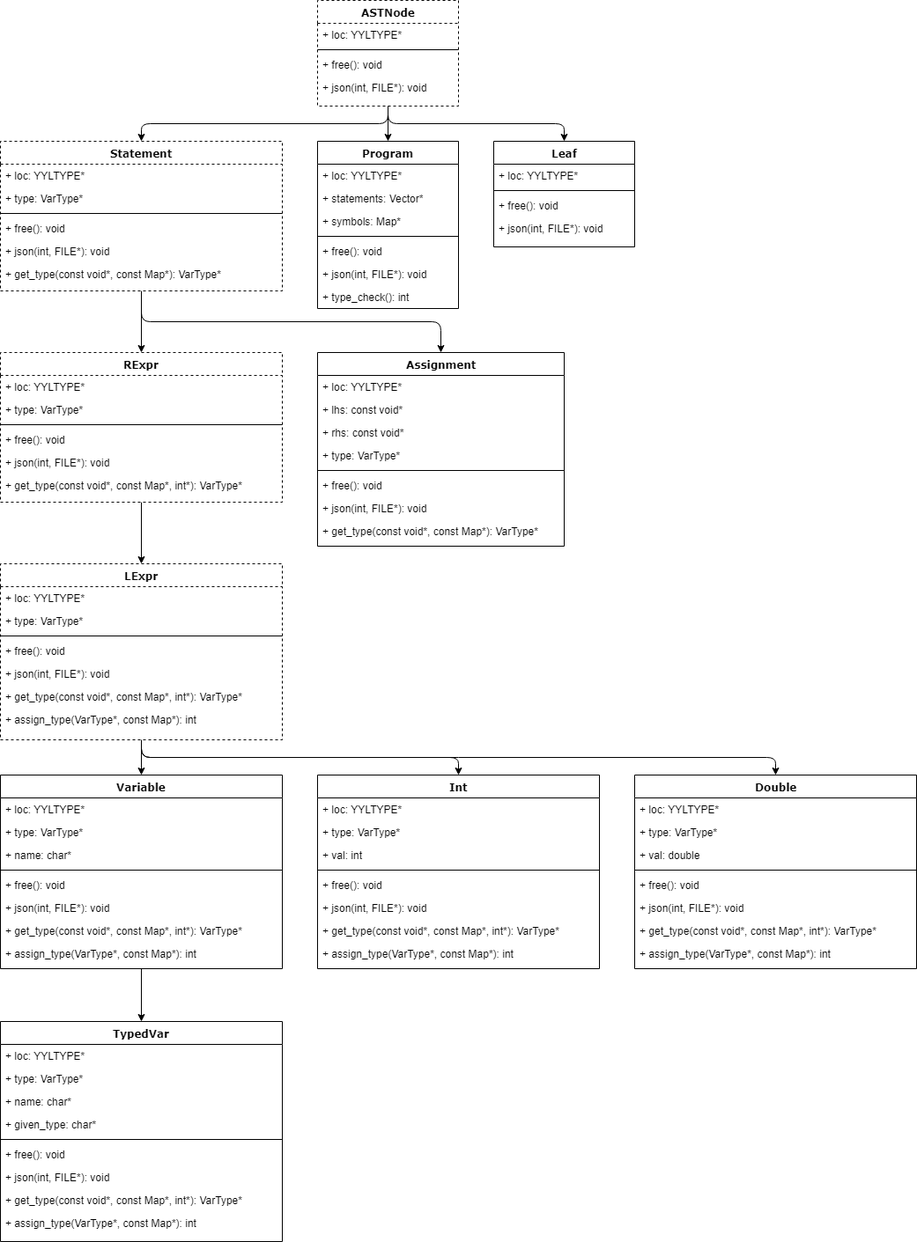
This is doc/ASTHierarchy.png from taylor-santos/Tlang, a draw.io export, as it was before one commit. Source tidied: cells renumbered, new cells last; positions are measured from the earlier drawing's top-left corner, leaving out a move shared by most shapes.
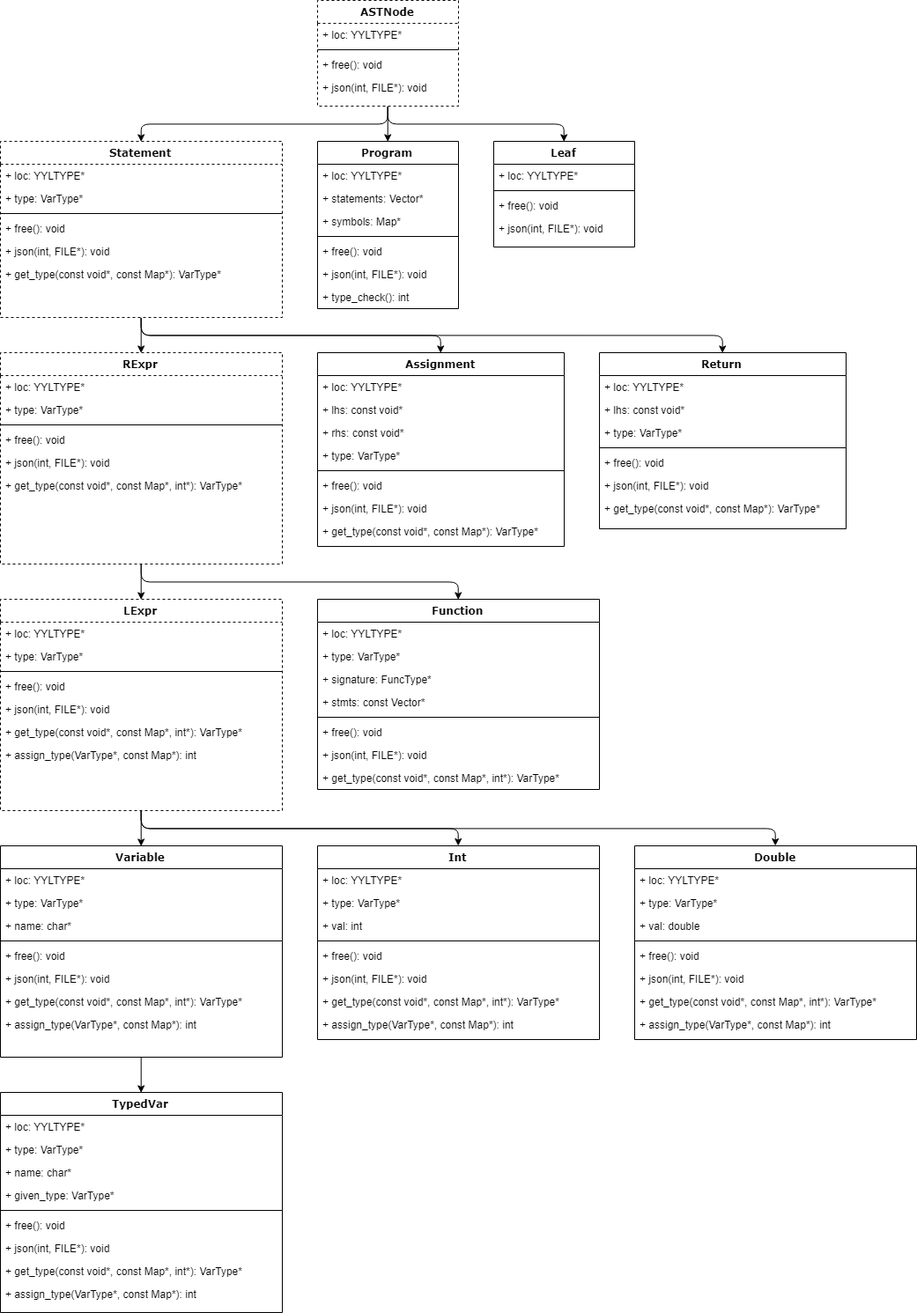
Above is the later version.

What changed in the source:
```diff
@@ -32,8 +32,11 @@
     <mxCell id="11" style="edgeStyle=orthogonalEdgeStyle;rounded=1;jettySize=auto;html=1;exitX=0.5;exitY=1;exitDx=0;exitDy=0;entryX=0.5;entryY=0;entryDx=0;entryDy=0;" parent="1" edge="1" source="12" target="19">
       <mxGeometry relative="1" as="geometry" />
     </mxCell>
+    <mxCell id="98" style="edgeStyle=orthogonalEdgeStyle;rounded=1;jettySize=auto;html=1;exitX=0.5;exitY=1;exitDx=0;exitDy=0;entryX=0.5;entryY=0;entryDx=0;entryDy=0;" parent="1" edge="1" source="12" target="100">
+      <mxGeometry relative="1" as="geometry" />
+    </mxCell>
     <mxCell id="12" value="Statement" style="swimlane;html=1;fontStyle=1;align=center;verticalAlign=top;horizontal=1;startSize=26;swimlaneFillColor=#ffffff;rounded=0;shadow=0;comic=0;labelBackgroundColor=none;strokeColor=#000000;strokeWidth=1;fillColor=none;fontFamily=Verdana;fontSize=12;fontColor=#000000;dashed=1;" parent="1" vertex="1">
-      <mxGeometry y="160" width="320" height="170" as="geometry" />
+      <mxGeometry y="160" width="320" height="200" as="geometry" />
     </mxCell>
     <mxCell id="13" value="+ loc: YYLTYPE*" style="text;html=1;strokeColor=none;fillColor=none;align=left;verticalAlign=top;spacingLeft=4;spacingRight=4;whiteSpace=wrap;overflow=hidden;" parent="12" vertex="1">
       <mxGeometry y="26" width="320" height="26" as="geometry" />
@@ -122,8 +125,11 @@
     <mxCell id="41" style="edgeStyle=orthogonalEdgeStyle;rounded=1;jettySize=auto;html=1;exitX=0.5;exitY=1;exitDx=0;exitDy=0;entryX=0.5;entryY=0;entryDx=0;entryDy=0;" parent="1" edge="1" source="42" target="52">
       <mxGeometry relative="1" as="geometry" />
     </mxCell>
+    <mxCell id="99" style="edgeStyle=orthogonalEdgeStyle;rounded=1;jettySize=auto;html=1;exitX=0.5;exitY=1;exitDx=0;exitDy=0;entryX=0.5;entryY=0;entryDx=0;entryDy=0;" parent="1" edge="1" source="42" target="108">
+      <mxGeometry relative="1" as="geometry" />
+    </mxCell>
     <mxCell id="42" value="RExpr" style="swimlane;html=1;fontStyle=1;align=center;verticalAlign=top;horizontal=1;startSize=26;swimlaneFillColor=#ffffff;rounded=0;shadow=0;comic=0;labelBackgroundColor=none;strokeColor=#000000;strokeWidth=1;fillColor=none;fontFamily=Verdana;fontSize=12;fontColor=#000000;dashed=1;" parent="1" vertex="1">
-      <mxGeometry y="400" width="320" height="170" as="geometry" />
+      <mxGeometry y="400" width="320" height="240" as="geometry" />
     </mxCell>
     <mxCell id="43" value="+ loc: YYLTYPE*" style="text;html=1;strokeColor=none;fillColor=none;align=left;verticalAlign=top;spacingLeft=4;spacingRight=4;whiteSpace=wrap;overflow=hidden;" parent="42" vertex="1">
       <mxGeometry y="26" width="320" height="26" as="geometry" />
@@ -153,7 +159,7 @@
       <mxGeometry relative="1" as="geometry" />
     </mxCell>
     <mxCell id="52" value="LExpr" style="swimlane;html=1;fontStyle=1;align=center;verticalAlign=top;horizontal=1;startSize=26;swimlaneFillColor=#ffffff;rounded=0;shadow=0;comic=0;labelBackgroundColor=none;strokeColor=#000000;strokeWidth=1;fillColor=none;fontFamily=Verdana;fontSize=12;fontColor=#000000;dashed=1;" parent="1" vertex="1">
-      <mxGeometry y="640" width="320" height="200" as="geometry" />
+      <mxGeometry y="680" width="320" height="240" as="geometry" />
     </mxCell>
     <mxCell id="53" value="+ loc: YYLTYPE*" style="text;html=1;strokeColor=none;fillColor=none;align=left;verticalAlign=top;spacingLeft=4;spacingRight=4;whiteSpace=wrap;overflow=hidden;" parent="52" vertex="1">
       <mxGeometry y="26" width="320" height="26" as="geometry" />
@@ -180,7 +186,7 @@
       <mxGeometry relative="1" as="geometry" />
     </mxCell>
     <mxCell id="61" value="Variable" style="swimlane;html=1;fontStyle=1;align=center;verticalAlign=top;horizontal=1;startSize=26;swimlaneFillColor=#ffffff;rounded=0;shadow=0;comic=0;labelBackgroundColor=none;strokeColor=#000000;strokeWidth=1;fillColor=none;fontFamily=Verdana;fontSize=12;fontColor=#000000;" parent="1" vertex="1">
-      <mxGeometry y="880" width="320" height="220" as="geometry" />
+      <mxGeometry y="960" width="320" height="240" as="geometry" />
     </mxCell>
     <mxCell id="62" value="+ loc: YYLTYPE*" style="text;html=1;strokeColor=none;fillColor=none;align=left;verticalAlign=top;spacingLeft=4;spacingRight=4;whiteSpace=wrap;overflow=hidden;" parent="61" vertex="1">
       <mxGeometry y="26" width="320" height="26" as="geometry" />
@@ -207,7 +213,7 @@
       <mxGeometry y="190" width="320" height="26" as="geometry" />
     </mxCell>
     <mxCell id="70" value="TypedVar&lt;br&gt;" style="swimlane;html=1;fontStyle=1;align=center;verticalAlign=top;horizontal=1;startSize=26;swimlaneFillColor=#ffffff;rounded=0;shadow=0;comic=0;labelBackgroundColor=none;strokeColor=#000000;strokeWidth=1;fillColor=none;fontFamily=Verdana;fontSize=12;fontColor=#000000;" parent="1" vertex="1">
-      <mxGeometry y="1160" width="320" height="250" as="geometry" />
+      <mxGeometry y="1240" width="320" height="250" as="geometry" />
     </mxCell>
     <mxCell id="71" value="+ loc: YYLTYPE*" style="text;html=1;strokeColor=none;fillColor=none;align=left;verticalAlign=top;spacingLeft=4;spacingRight=4;whiteSpace=wrap;overflow=hidden;" parent="70" vertex="1">
       <mxGeometry y="26" width="320" height="26" as="geometry" />
@@ -218,7 +224,7 @@
     <mxCell id="73" value="+ name: char*&lt;br&gt;" style="text;html=1;strokeColor=none;fillColor=none;align=left;verticalAlign=top;spacingLeft=4;spacingRight=4;whiteSpace=wrap;overflow=hidden;" parent="70" vertex="1">
       <mxGeometry y="78" width="320" height="26" as="geometry" />
     </mxCell>
-    <mxCell id="74" value="+ given_type: char*&lt;br&gt;" style="text;html=1;strokeColor=none;fillColor=none;align=left;verticalAlign=top;spacingLeft=4;spacingRight=4;whiteSpace=wrap;overflow=hidden;" parent="70" vertex="1">
+    <mxCell id="74" value="+ given_type: VarType*&lt;br&gt;" style="text;html=1;strokeColor=none;fillColor=none;align=left;verticalAlign=top;spacingLeft=4;spacingRight=4;whiteSpace=wrap;overflow=hidden;" parent="70" vertex="1">
       <mxGeometry y="104" width="320" height="26" as="geometry" />
     </mxCell>
     <mxCell id="75" style="line;html=1;strokeWidth=1;fillColor=none;align=left;verticalAlign=middle;spacingTop=-1;spacingLeft=3;spacingRight=3;labelPosition=right;" parent="70" vertex="1">
@@ -237,7 +243,7 @@
       <mxGeometry y="216" width="320" height="26" as="geometry" />
     </mxCell>
     <mxCell id="80" value="Int" style="swimlane;html=1;fontStyle=1;align=center;verticalAlign=top;horizontal=1;startSize=26;swimlaneFillColor=#ffffff;rounded=0;shadow=0;comic=0;labelBackgroundColor=none;strokeColor=#000000;strokeWidth=1;fillColor=none;fontFamily=Verdana;fontSize=12;fontColor=#000000;" parent="1" vertex="1">
-      <mxGeometry x="360" y="880" width="320" height="220" as="geometry" />
+      <mxGeometry x="360" y="960" width="320" height="220" as="geometry" />
     </mxCell>
     <mxCell id="81" value="+ loc: YYLTYPE*" style="text;html=1;strokeColor=none;fillColor=none;align=left;verticalAlign=top;spacingLeft=4;spacingRight=4;whiteSpace=wrap;overflow=hidden;" parent="80" vertex="1">
       <mxGeometry y="26" width="320" height="26" as="geometry" />
@@ -264,7 +270,7 @@
       <mxGeometry y="190" width="320" height="26" as="geometry" />
     </mxCell>
     <mxCell id="89" value="Double&lt;br&gt;" style="swimlane;html=1;fontStyle=1;align=center;verticalAlign=top;horizontal=1;startSize=26;swimlaneFillColor=#ffffff;rounded=0;shadow=0;comic=0;labelBackgroundColor=none;strokeColor=#000000;strokeWidth=1;fillColor=none;fontFamily=Verdana;fontSize=12;fontColor=#000000;" parent="1" vertex="1">
-      <mxGeometry x="720" y="880" width="320" height="220" as="geometry" />
+      <mxGeometry x="720" y="960" width="320" height="220" as="geometry" />
     </mxCell>
     <mxCell id="90" value="+ loc: YYLTYPE*" style="text;html=1;strokeColor=none;fillColor=none;align=left;verticalAlign=top;spacingLeft=4;spacingRight=4;whiteSpace=wrap;overflow=hidden;" parent="89" vertex="1">
       <mxGeometry y="26" width="320" height="26" as="geometry" />
@@ -290,5 +296,56 @@
     <mxCell id="97" value="+ assign_type(VarType*, const Map*): int&lt;br&gt;" style="text;html=1;strokeColor=none;fillColor=none;align=left;verticalAlign=top;spacingLeft=4;spacingRight=4;whiteSpace=wrap;overflow=hidden;" parent="89" vertex="1">
       <mxGeometry y="190" width="320" height="26" as="geometry" />
     </mxCell>
+    <mxCell id="100" value="Return" style="swimlane;html=1;fontStyle=1;align=center;verticalAlign=top;horizontal=1;startSize=26;swimlaneFillColor=#ffffff;rounded=0;shadow=0;comic=0;labelBackgroundColor=none;strokeColor=#000000;strokeWidth=1;fillColor=none;fontFamily=Verdana;fontSize=12;fontColor=#000000;" parent="1" vertex="1">
+      <mxGeometry x="680" y="400" width="280" height="200" as="geometry" />
+    </mxCell>
+    <mxCell id="101" value="+ loc: YYLTYPE*" style="text;html=1;strokeColor=none;fillColor=none;align=left;verticalAlign=top;spacingLeft=4;spacingRight=4;whiteSpace=wrap;overflow=hidden;" parent="100" vertex="1">
+      <mxGeometry y="26" width="280" height="26" as="geometry" />
+    </mxCell>
+    <mxCell id="102" value="+ lhs: const void*&lt;br&gt;" style="text;html=1;strokeColor=none;fillColor=none;align=left;verticalAlign=top;spacingLeft=4;spacingRight=4;whiteSpace=wrap;overflow=hidden;" parent="100" vertex="1">
+      <mxGeometry y="52" width="280" height="26" as="geometry" />
+    </mxCell>
+    <mxCell id="103" value="+ type: VarType*&lt;br&gt;" style="text;html=1;strokeColor=none;fillColor=none;align=left;verticalAlign=top;spacingLeft=4;spacingRight=4;whiteSpace=wrap;overflow=hidden;" parent="100" vertex="1">
+      <mxGeometry y="78" width="280" height="26" as="geometry" />
+    </mxCell>
+    <mxCell id="104" style="line;html=1;strokeWidth=1;fillColor=none;align=left;verticalAlign=middle;spacingTop=-1;spacingLeft=3;spacingRight=3;labelPosition=right;" parent="100" vertex="1">
+      <mxGeometry y="104" width="280" height="8" as="geometry" />
+    </mxCell>
+    <mxCell id="105" value="+ free(): void" style="text;html=1;strokeColor=none;fillColor=none;align=left;verticalAlign=top;spacingLeft=4;spacingRight=4;whiteSpace=wrap;overflow=hidden;" parent="100" vertex="1">
+      <mxGeometry y="112" width="280" height="26" as="geometry" />
+    </mxCell>
+    <mxCell id="106" value="+ json(int, FILE*): void&lt;br&gt;&lt;br&gt;" style="text;html=1;strokeColor=none;fillColor=none;align=left;verticalAlign=top;spacingLeft=4;spacingRight=4;whiteSpace=wrap;overflow=hidden;" parent="100" vertex="1">
+      <mxGeometry y="138" width="280" height="26" as="geometry" />
+    </mxCell>
+    <mxCell id="107" value="+ get_type(const void*, const Map*): VarType*&lt;br&gt;" style="text;html=1;strokeColor=none;fillColor=none;align=left;verticalAlign=top;spacingLeft=4;spacingRight=4;whiteSpace=wrap;overflow=hidden;" parent="100" vertex="1">
+      <mxGeometry y="164" width="280" height="26" as="geometry" />
+    </mxCell>
+    <mxCell id="108" value="Function&lt;br&gt;" style="swimlane;html=1;fontStyle=1;align=center;verticalAlign=top;horizontal=1;startSize=26;swimlaneFillColor=#ffffff;rounded=0;shadow=0;comic=0;labelBackgroundColor=none;strokeColor=#000000;strokeWidth=1;fillColor=none;fontFamily=Verdana;fontSize=12;fontColor=#000000;" parent="1" vertex="1">
+      <mxGeometry x="360" y="680" width="320" height="216" as="geometry" />
+    </mxCell>
+    <mxCell id="109" value="+ loc: YYLTYPE*" style="text;html=1;strokeColor=none;fillColor=none;align=left;verticalAlign=top;spacingLeft=4;spacingRight=4;whiteSpace=wrap;overflow=hidden;" parent="108" vertex="1">
+      <mxGeometry y="26" width="320" height="26" as="geometry" />
+    </mxCell>
+    <mxCell id="110" value="+ type: VarType*&lt;br&gt;" style="text;html=1;strokeColor=none;fillColor=none;align=left;verticalAlign=top;spacingLeft=4;spacingRight=4;whiteSpace=wrap;overflow=hidden;" parent="108" vertex="1">
+      <mxGeometry y="52" width="320" height="26" as="geometry" />
+    </mxCell>
+    <mxCell id="111" value="+ signature: FuncType*&lt;br&gt;" style="text;html=1;strokeColor=none;fillColor=none;align=left;verticalAlign=top;spacingLeft=4;spacingRight=4;whiteSpace=wrap;overflow=hidden;" parent="108" vertex="1">
+      <mxGeometry y="78" width="320" height="26" as="geometry" />
+    </mxCell>
+    <mxCell id="112" value="+ stmts: const Vector*&lt;br&gt;" style="text;html=1;strokeColor=none;fillColor=none;align=left;verticalAlign=top;spacingLeft=4;spacingRight=4;whiteSpace=wrap;overflow=hidden;" parent="108" vertex="1">
+      <mxGeometry y="104" width="320" height="26" as="geometry" />
+    </mxCell>
+    <mxCell id="113" style="line;html=1;strokeWidth=1;fillColor=none;align=left;verticalAlign=middle;spacingTop=-1;spacingLeft=3;spacingRight=3;labelPosition=right;" parent="108" vertex="1">
+      <mxGeometry y="130" width="320" height="8" as="geometry" />
+    </mxCell>
+    <mxCell id="114" value="+ free(): void" style="text;html=1;strokeColor=none;fillColor=none;align=left;verticalAlign=top;spacingLeft=4;spacingRight=4;whiteSpace=wrap;overflow=hidden;" parent="108" vertex="1">
+      <mxGeometry y="138" width="320" height="26" as="geometry" />
+    </mxCell>
+    <mxCell id="115" value="+ json(int, FILE*): void&lt;br&gt;&lt;br&gt;" style="text;html=1;strokeColor=none;fillColor=none;align=left;verticalAlign=top;spacingLeft=4;spacingRight=4;whiteSpace=wrap;overflow=hidden;" parent="108" vertex="1">
+      <mxGeometry y="164" width="320" height="26" as="geometry" />
+    </mxCell>
+    <mxCell id="116" value="+ get_type(const void*, const Map*, int*): VarType*&lt;br&gt;" style="text;html=1;strokeColor=none;fillColor=none;align=left;verticalAlign=top;spacingLeft=4;spacingRight=4;whiteSpace=wrap;overflow=hidden;" parent="108" vertex="1">
+      <mxGeometry y="190" width="320" height="26" as="geometry" />
+    </mxCell>
   </root>
 </mxGraphModel>
```
